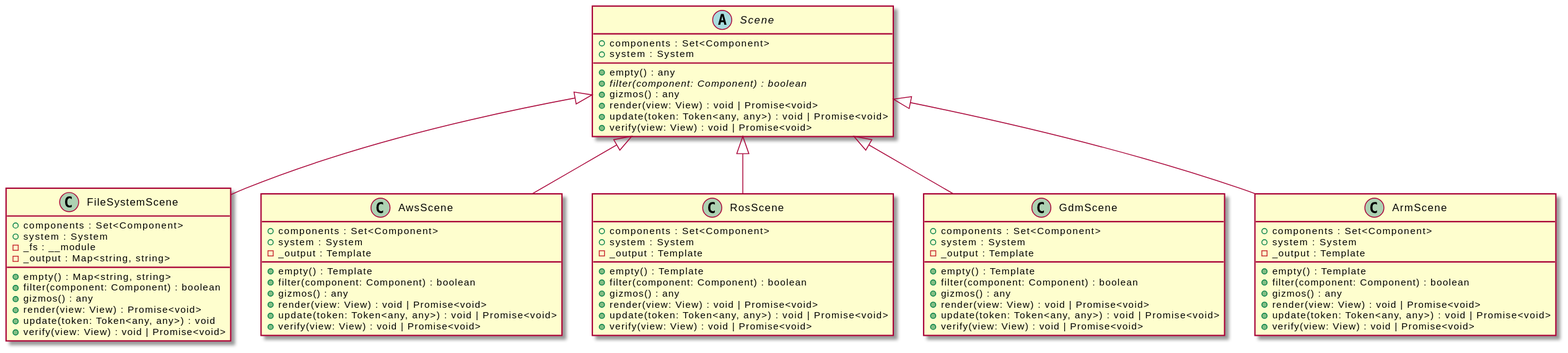
The PlantUML diagram assets/Scene-umlClassDiagram-226.svg in zorse-lang/adk, before a commit.
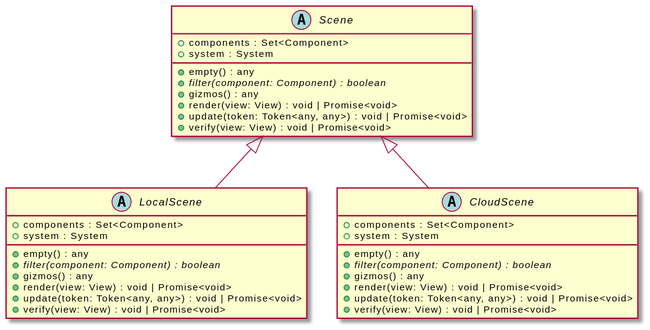
After the commit.

Change to the diagram source:
```diff
@@ -12,65 +12,26 @@
     +update(token: Token<any, any>) : void | Promise<void>
     +verify(view: View) : void | Promise<void>
 }
-class "FileSystemScene" {
+abstract class "LocalScene" {
     +components : Set<Component>
     +system : System
-    -_fs : __module
-    -_output : Map<string, string>
-    +empty() : Map<string, string>
-    +filter(component: Component) : boolean
-    +gizmos() : any
-    +render(view: View) : Promise<void>
-    +update(token: Token<any, any>) : void
-    +verify(view: View) : void | Promise<void>
-}
-"Scene" <|-- "FileSystemScene"
-class "AwsScene" {
-    +components : Set<Component>
-    +system : System
-    -_output : Template
-    +empty() : Template
-    +filter(component: Component) : boolean
+    +empty() : any
+    {abstract} +filter(component: Component) : boolean
     +gizmos() : any
     +render(view: View) : void | Promise<void>
     +update(token: Token<any, any>) : void | Promise<void>
     +verify(view: View) : void | Promise<void>
 }
-"Scene" <|-- "AwsScene"
-class "RosScene" {
+"Scene" <|-- "LocalScene"
+abstract class "CloudScene" {
     +components : Set<Component>
     +system : System
-    -_output : Template
-    +empty() : Template
-    +filter(component: Component) : boolean
+    +empty() : any
+    {abstract} +filter(component: Component) : boolean
     +gizmos() : any
     +render(view: View) : void | Promise<void>
     +update(token: Token<any, any>) : void | Promise<void>
     +verify(view: View) : void | Promise<void>
 }
-"Scene" <|-- "RosScene"
-class "GdmScene" {
-    +components : Set<Component>
-    +system : System
-    -_output : Template
-    +empty() : Template
-    +filter(component: Component) : boolean
-    +gizmos() : any
-    +render(view: View) : void | Promise<void>
-    +update(token: Token<any, any>) : void | Promise<void>
-    +verify(view: View) : void | Promise<void>
-}
-"Scene" <|-- "GdmScene"
-class "ArmScene" {
-    +components : Set<Component>
-    +system : System
-    -_output : Template
-    +empty() : Template
-    +filter(component: Component) : boolean
-    +gizmos() : any
-    +render(view: View) : void | Promise<void>
-    +update(token: Token<any, any>) : void | Promise<void>
-    +verify(view: View) : void | Promise<void>
-}
-"Scene" <|-- "ArmScene"
+"Scene" <|-- "CloudScene"
 @enduml
```
